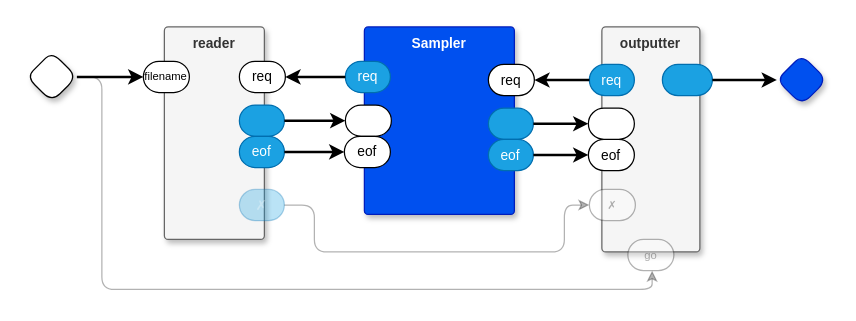
guitarvydas/pyswib keeps this draw.io diagram as page "main" (1 of 2) of pyswib.drawio. Above is the earlier version. Source tidied: cells renumbered, new cells numbered last; positions are measured from the earlier drawing's top-left corner, leaving out a move shared by most shapes. Both pictures are drawn from the tidied source at 125%, with x=0, y=0 at pixel (26, 26).
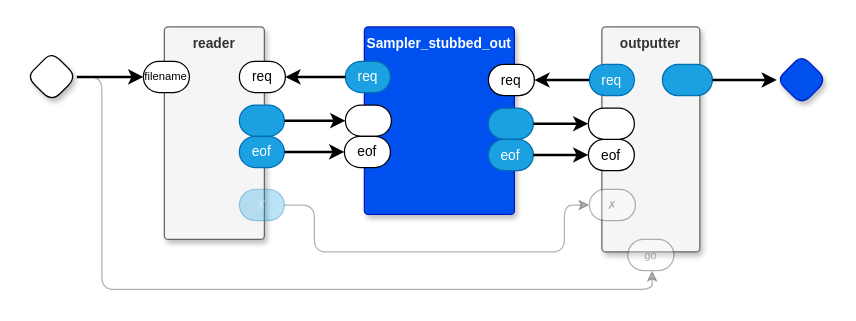
The same diagram, later.

Diff of the diagram source:
```diff
@@
-    <mxCell id="20" value="Sampler" style="rounded=1;whiteSpace=wrap;verticalAlign=top;arcSize=6;fontStyle=1;absoluteArcSize=1;shadow=1;strokeColor=#001DBC;fillColor=#0050ef;fontFamily=Helvetica;fontSize=11;fontColor=#ffffff;gradientDirection=west;" parent="1" vertex="1">
+    <mxCell id="20" value="Sampler_stubbed_out" style="rounded=1;whiteSpace=wrap;verticalAlign=top;arcSize=6;fontStyle=1;absoluteArcSize=1;shadow=1;strokeColor=#001DBC;fillColor=#0050ef;fontFamily=Helvetica;fontSize=11;fontColor=#ffffff;gradientDirection=west;" parent="1" vertex="1">
       <mxGeometry x="270" width="120" height="150" as="geometry" />
     </mxCell>
```
